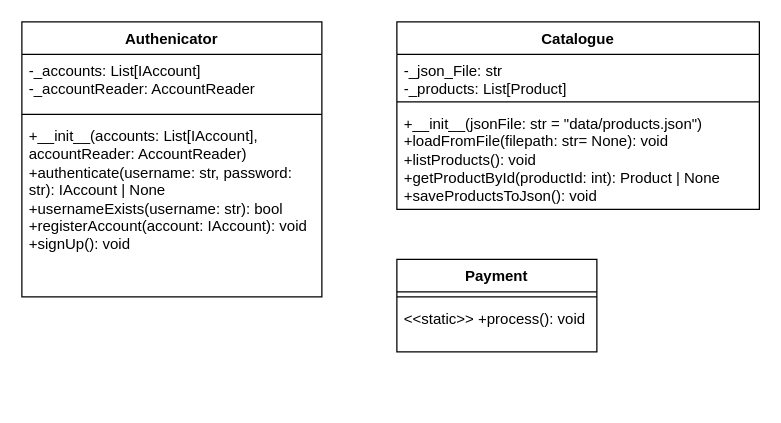
This is Documentation/services.drawio from Arunchakrey/software_archers, a draw.io file, before an edit. Source tidied: cells renumbered, new cells numbered last; positions are measured from the earlier drawing's top-left corner, leaving out a move shared by most shapes. Both pictures are drawn from the tidied source at 125%, with x=0, y=0 at pixel (21, 21).
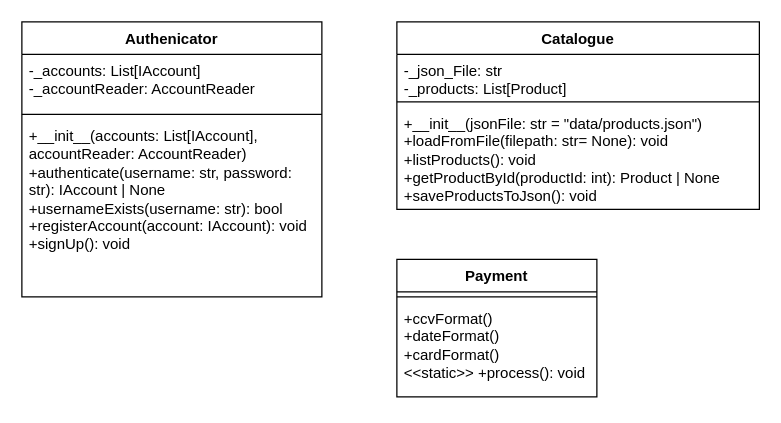
After the change.

Change to the diagram source:
```diff
@@
 <mxGraphModel>
   <root>
     <mxCell id="0" />
     <mxCell id="1" parent="0" />
     <mxCell id="2" value="Authenicator" style="swimlane;fontStyle=1;align=center;verticalAlign=top;horizontal=1;startSize=26;whiteSpace=wrap;html=1;" parent="1" vertex="1">
       <mxGeometry width="240" height="220" as="geometry" />
     </mxCell>
     <mxCell id="3" value="&lt;div&gt;-_accounts: List[IAccount]&lt;/div&gt;&lt;div&gt;-_accountReader: AccountReader&lt;/div&gt;&lt;div&gt;&lt;br&gt;&lt;/div&gt;" style="text;strokeColor=none;fillColor=none;align=left;verticalAlign=top;spacingLeft=4;spacingRight=4;overflow=hidden;whiteSpace=wrap;html=1;" parent="2" vertex="1">
       <mxGeometry y="26" width="240" height="44" as="geometry" />
     </mxCell>
     <mxCell id="4" style="line;strokeWidth=1;fillColor=none;align=left;verticalAlign=middle;spacingTop=-1;spacingLeft=3;spacingRight=3;labelPosition=right;strokeColor=inherit;" parent="2" vertex="1">
       <mxGeometry y="70" width="240" height="8" as="geometry" />
     </mxCell>
     <mxCell id="5" value="&lt;div&gt;+__init__(accounts: List[IAccount], accountReader: AccountReader)&lt;/div&gt;&lt;div&gt;+authenticate(username: str, password: str): IAccount | None&lt;/div&gt;&lt;div&gt;+usernameExists(username: str): bool&lt;/div&gt;&lt;div&gt;+registerAccount(account: IAccount): void&lt;/div&gt;&lt;div&gt;+signUp(): void&lt;/div&gt;" style="text;strokeColor=none;fillColor=none;align=left;verticalAlign=top;spacingLeft=4;spacingRight=4;overflow=hidden;whiteSpace=wrap;html=1;" parent="2" vertex="1">
       <mxGeometry y="78" width="240" height="142" as="geometry" />
     </mxCell>
     <mxCell id="6" value="Payment" style="swimlane;fontStyle=1;align=center;verticalAlign=top;horizontal=1;startSize=26;whiteSpace=wrap;html=1;" parent="1" vertex="1">
-      <mxGeometry x="300" y="190" width="160" height="74" as="geometry" />
+      <mxGeometry x="300" y="190" width="160" height="110" as="geometry" />
     </mxCell>
     <mxCell id="7" style="line;strokeWidth=1;fillColor=none;align=left;verticalAlign=middle;spacingTop=-1;spacingLeft=3;spacingRight=3;labelPosition=right;strokeColor=inherit;" parent="6" vertex="1">
       <mxGeometry y="26" width="160" height="8" as="geometry" />
     </mxCell>
-    <mxCell id="8" value="&lt;div&gt;&amp;lt;&amp;lt;static&amp;gt;&amp;gt;&amp;nbsp;&lt;span style=&quot;background-color: transparent; color: light-dark(rgb(0, 0, 0), rgb(255, 255, 255));&quot;&gt;+process(): void&lt;/span&gt;&lt;/div&gt;" style="text;strokeColor=none;fillColor=none;align=left;verticalAlign=top;spacingLeft=4;spacingRight=4;overflow=hidden;whiteSpace=wrap;html=1;" parent="6" vertex="1">
-      <mxGeometry y="34" width="160" height="40" as="geometry" />
+    <mxCell id="8" value="&lt;div&gt;&lt;div&gt;+ccvFormat()&lt;/div&gt;&lt;div&gt;+dateFormat()&lt;br&gt;+cardFormat()&lt;/div&gt;&lt;/div&gt;&lt;div&gt;&amp;lt;&amp;lt;static&amp;gt;&amp;gt;&amp;nbsp;&lt;span style=&quot;background-color: transparent; color: light-dark(rgb(0, 0, 0), rgb(255, 255, 255));&quot;&gt;+process(): void&lt;/span&gt;&lt;/div&gt;&lt;div&gt;&lt;br&gt;&lt;/div&gt;" style="text;strokeColor=none;fillColor=none;align=left;verticalAlign=top;spacingLeft=4;spacingRight=4;overflow=hidden;whiteSpace=wrap;html=1;" parent="6" vertex="1">
+      <mxGeometry y="34" width="160" height="76" as="geometry" />
     </mxCell>
     <mxCell id="9" value="Catalogue" style="swimlane;fontStyle=1;align=center;verticalAlign=top;horizontal=1;startSize=26;whiteSpace=wrap;html=1;" parent="1" vertex="1">
       <mxGeometry x="300" width="290" height="150" as="geometry" />
     </mxCell>
     <mxCell id="10" value="-_json_File: str&lt;div&gt;-_products: List[Product]&lt;/div&gt;" style="text;strokeColor=none;fillColor=none;align=left;verticalAlign=top;spacingLeft=4;spacingRight=4;overflow=hidden;whiteSpace=wrap;html=1;" parent="9" vertex="1">
       <mxGeometry y="26" width="290" height="34" as="geometry" />
     </mxCell>
     <mxCell id="11" style="line;strokeWidth=1;fillColor=none;align=left;verticalAlign=middle;spacingTop=-1;spacingLeft=3;spacingRight=3;labelPosition=right;strokeColor=inherit;" parent="9" vertex="1">
       <mxGeometry y="60" width="290" height="8" as="geometry" />
     </mxCell>
     <mxCell id="12" value="&lt;div&gt;+__init__(jsonFile: str = &quot;data/products.json&quot;)&lt;/div&gt;&lt;div&gt;+loadFromFile(filepath: str= None): void&lt;/div&gt;&lt;div&gt;+listProducts(): void&lt;span style=&quot;background-color: transparent; color: light-dark(rgb(0, 0, 0), rgb(255, 255, 255));&quot;&gt;&amp;nbsp; &amp;nbsp; &amp;nbsp; &amp;nbsp;&amp;nbsp;&lt;/span&gt;&lt;/div&gt;&lt;div&gt;&lt;span style=&quot;background-color: transparent; color: light-dark(rgb(0, 0, 0), rgb(255, 255, 255));&quot;&gt;+getProductById(productId: int): Product | None&lt;/span&gt;&lt;/div&gt;&lt;div&gt;+saveProductsToJson(): void&lt;/div&gt;" style="text;strokeColor=none;fillColor=none;align=left;verticalAlign=top;spacingLeft=4;spacingRight=4;overflow=hidden;whiteSpace=wrap;html=1;" parent="9" vertex="1">
       <mxGeometry y="68" width="290" height="82" as="geometry" />
     </mxCell>
   </root>
 </mxGraphModel>
```
